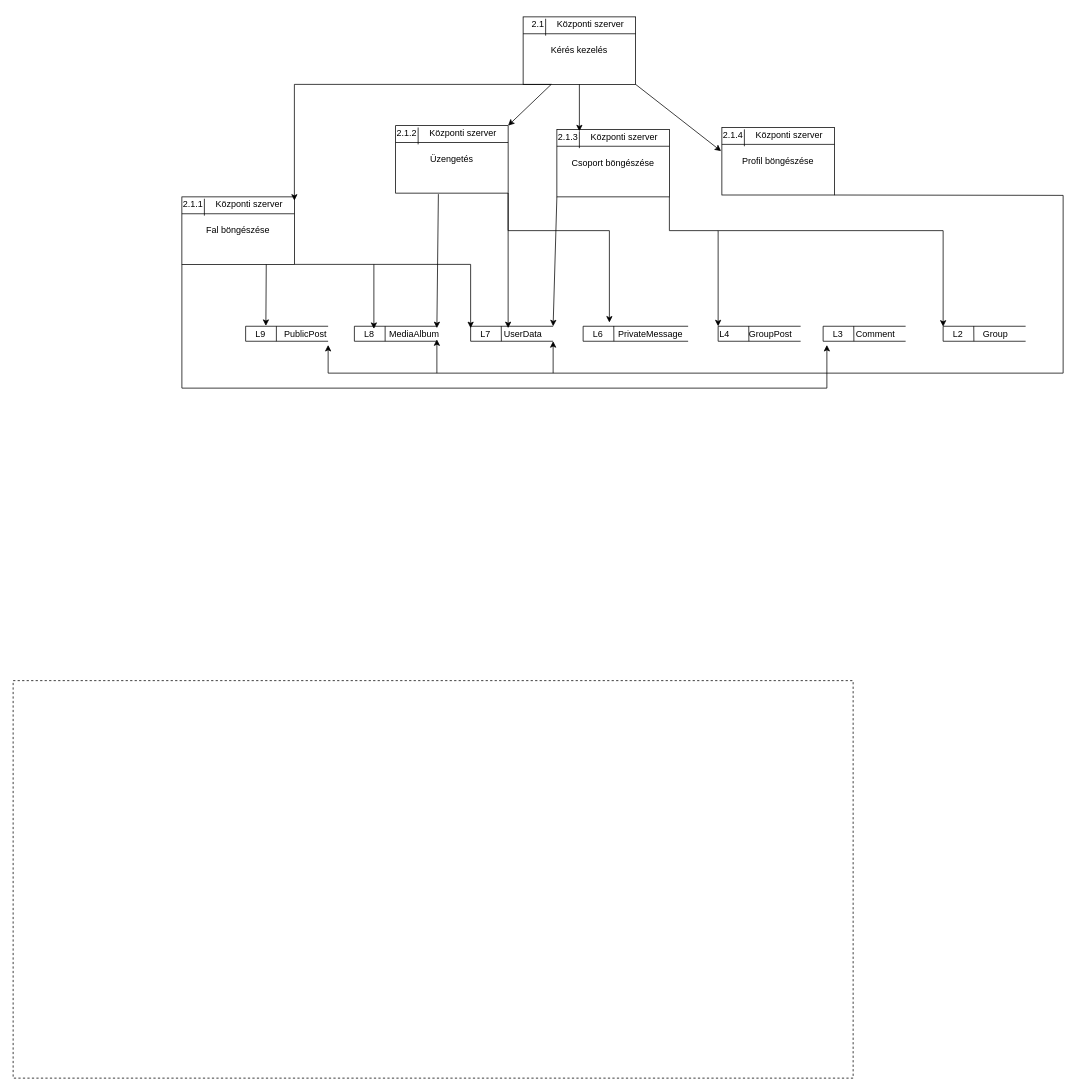
Before: documentation/diagrams/adatfolyam 3 L.drawio in AasinR/post-request, a draw.io diagram. Source tidied: cells renumbered, new cells numbered last; positions are measured from the earlier drawing's top-left corner, leaving out a move shared by most shapes. Both pictures are drawn from the tidied source at 75%, with x=0, y=0 at pixel (13, 13).
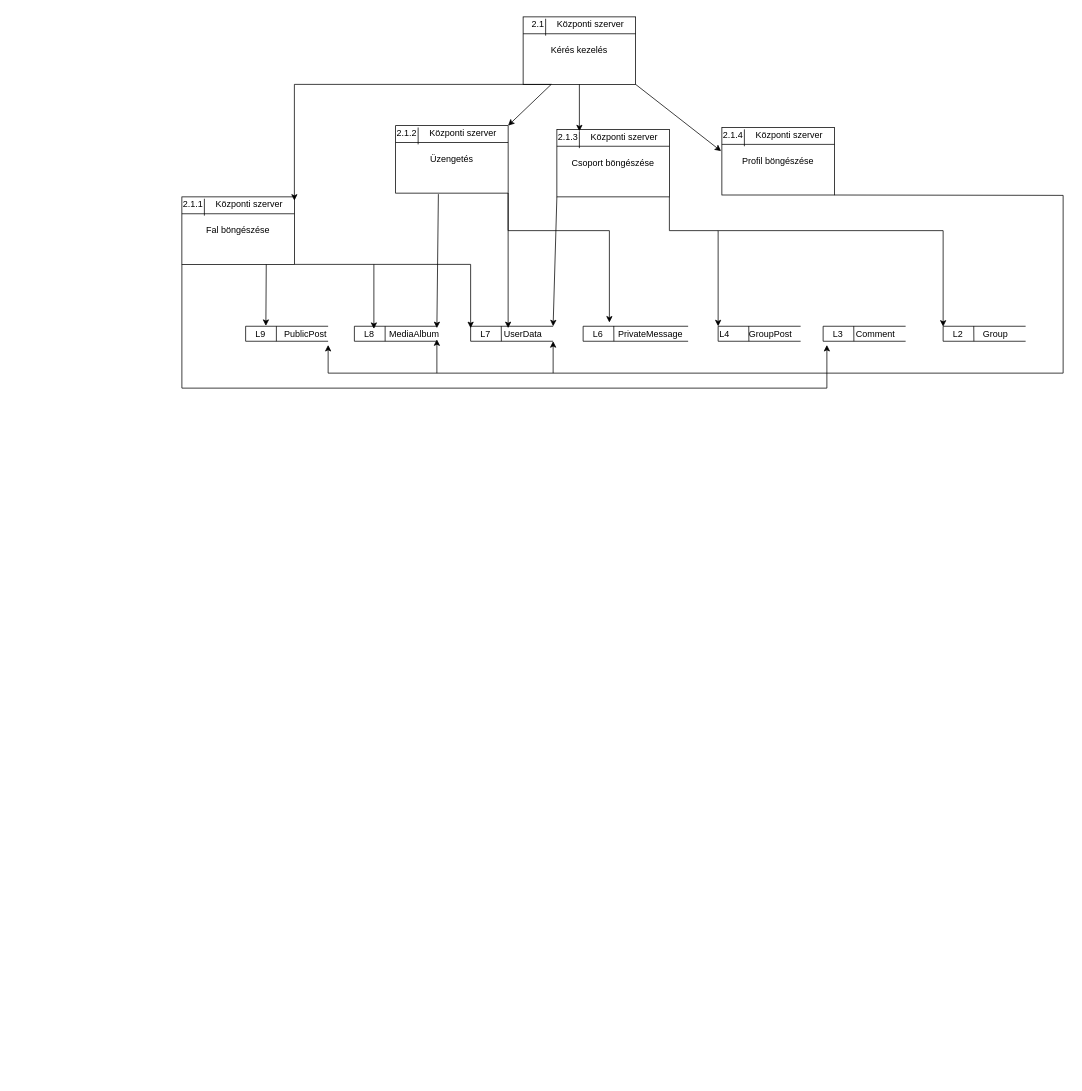
After the change.

Change to the diagram source:
```diff
@@
-    <mxCell id="34" style="rounded=0;whiteSpace=wrap;html=1;fontSize=12;strokeWidth=1;fillColor=none;dashed=1;" parent="1" vertex="1">
-      <mxGeometry y="890" width="1120" height="530" as="geometry" />
-    </mxCell>
```
